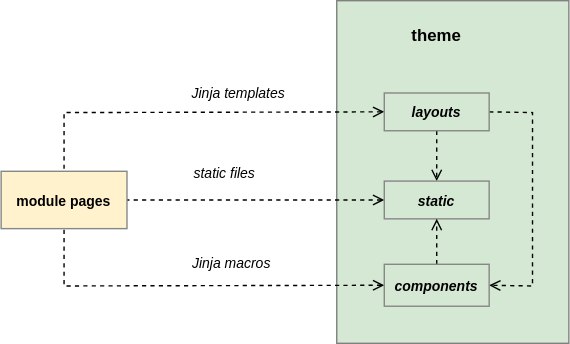
Earlier version of the draw.io export docs/diagrams/pigal_theme_structure.drawio.svg (MalcomChumchouaPenda/Pigal-Flask). Source tidied: cells renumbered, new cells last; positions are measured from the earlier drawing's top-left corner, leaving out a move shared by most shapes.
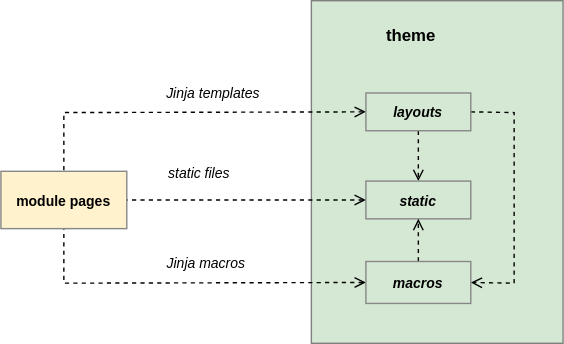
After the change.

The edit, as a diff of the source:
```diff
@@ -3,7 +3,7 @@
     <mxCell id="0" />
     <mxCell id="1" parent="0" />
     <mxCell id="2" style="rounded=0;whiteSpace=wrap;html=1;fillColor=#d5e8d4;strokeColor=#808080;fontSize=12;" parent="1" vertex="1">
-      <mxGeometry x="240" width="166" height="245" as="geometry" />
+      <mxGeometry x="240" width="180" height="245" as="geometry" />
     </mxCell>
     <mxCell id="3" value="theme" style="text;html=1;strokeColor=none;fillColor=none;align=center;verticalAlign=middle;whiteSpace=wrap;rounded=0;fontStyle=1;fontSize=12;" parent="1" vertex="1">
       <mxGeometry x="281" y="10" width="61" height="30" as="geometry" />
@@ -14,26 +14,26 @@
     <mxCell id="5" style="edgeStyle=none;html=1;exitX=0;exitY=0.5;exitDx=0;exitDy=0;entryX=0.5;entryY=0;entryDx=0;entryDy=0;dashed=1;endArrow=none;endFill=0;rounded=0;curved=0;startArrow=open;startFill=0;" parent="1" edge="1" source="7" target="13">
       <mxGeometry relative="1" as="geometry">
         <Array as="points">
-          <mxPoint x="45" y="80" />
+          <mxPoint x="63" y="80" />
         </Array>
       </mxGeometry>
     </mxCell>
     <mxCell id="6" style="edgeStyle=none;html=1;entryX=1;entryY=0.5;entryDx=0;entryDy=0;rounded=0;curved=0;dashed=1;endArrow=open;endFill=0;exitX=1;exitY=0.5;exitDx=0;exitDy=0;" parent="1" edge="1" source="7" target="12">
       <mxGeometry relative="1" as="geometry">
         <Array as="points">
-          <mxPoint x="380" y="80" />
-          <mxPoint x="380" y="204" />
+          <mxPoint x="385" y="80" />
+          <mxPoint x="385" y="202" />
         </Array>
       </mxGeometry>
     </mxCell>
     <mxCell id="7" value="layouts" style="rounded=0;whiteSpace=wrap;html=1;fillColor=none;fontStyle=3;fontSize=10;strokeColor=#878787;strokeWidth=1;flipV=1;" parent="1" vertex="1">
-      <mxGeometry x="274" y="66" width="75" height="27" as="geometry" />
+      <mxGeometry x="279" y="66" width="75" height="27" as="geometry" />
     </mxCell>
     <mxCell id="8" style="edgeStyle=none;html=1;entryX=1;entryY=0.5;entryDx=0;entryDy=0;dashed=1;endArrow=none;endFill=0;rounded=0;curved=0;startArrow=open;startFill=0;exitX=0;exitY=0.5;exitDx=0;exitDy=0;" parent="1" edge="1" source="9" target="13">
       <mxGeometry relative="1" as="geometry" />
     </mxCell>
-    <mxCell id="9" value="assets" style="rounded=0;whiteSpace=wrap;html=1;fillColor=none;fontStyle=3;fontSize=10;strokeColor=#878787;strokeWidth=1;flipV=1;" parent="1" vertex="1">
-      <mxGeometry x="274" y="129" width="75" height="27" as="geometry" />
+    <mxCell id="9" value="static" style="rounded=0;whiteSpace=wrap;html=1;fillColor=none;fontStyle=3;fontSize=10;strokeColor=#878787;strokeWidth=1;flipV=1;" parent="1" vertex="1">
+      <mxGeometry x="279" y="129" width="75" height="27" as="geometry" />
     </mxCell>
     <mxCell id="10" style="edgeStyle=none;html=1;entryX=0.5;entryY=1;entryDx=0;entryDy=0;dashed=1;endArrow=open;endFill=0;" parent="1" edge="1" source="12" target="9">
       <mxGeometry relative="1" as="geometry" />
@@ -41,15 +41,15 @@
     <mxCell id="11" style="edgeStyle=none;html=1;entryX=0.5;entryY=1;entryDx=0;entryDy=0;dashed=1;endArrow=none;endFill=0;rounded=0;curved=0;startArrow=open;startFill=0;exitX=0;exitY=0.5;exitDx=0;exitDy=0;" parent="1" edge="1" source="12" target="13">
       <mxGeometry relative="1" as="geometry">
         <Array as="points">
-          <mxPoint x="45" y="204" />
+          <mxPoint x="63" y="202" />
         </Array>
       </mxGeometry>
     </mxCell>
-    <mxCell id="12" value="components" style="rounded=0;whiteSpace=wrap;html=1;fillColor=none;fontStyle=3;fontSize=10;strokeColor=#878787;strokeWidth=1;flipV=1;" parent="1" vertex="1">
-      <mxGeometry x="274" y="188.5" width="75" height="30" as="geometry" />
+    <mxCell id="12" value="macros" style="rounded=0;whiteSpace=wrap;html=1;fillColor=none;fontStyle=3;fontSize=10;strokeColor=#878787;strokeWidth=1;flipV=1;" parent="1" vertex="1">
+      <mxGeometry x="279" y="186.5" width="75" height="30" as="geometry" />
     </mxCell>
     <mxCell id="13" value="module pages" style="rounded=0;whiteSpace=wrap;html=1;fillColor=#FFF2CC;fontStyle=1;fontSize=10;strokeColor=#878787;strokeWidth=1;flipV=1;" parent="1" vertex="1">
-      <mxGeometry y="122" width="90" height="41" as="geometry" />
+      <mxGeometry x="18" y="122" width="90" height="41" as="geometry" />
     </mxCell>
     <mxCell id="14" value="Jinja templates" style="rounded=0;whiteSpace=wrap;html=1;fillColor=none;fontStyle=2;fontSize=10;strokeColor=none;strokeWidth=1;flipV=1;" parent="1" vertex="1">
       <mxGeometry x="130" y="52" width="80" height="27" as="geometry" />
```
